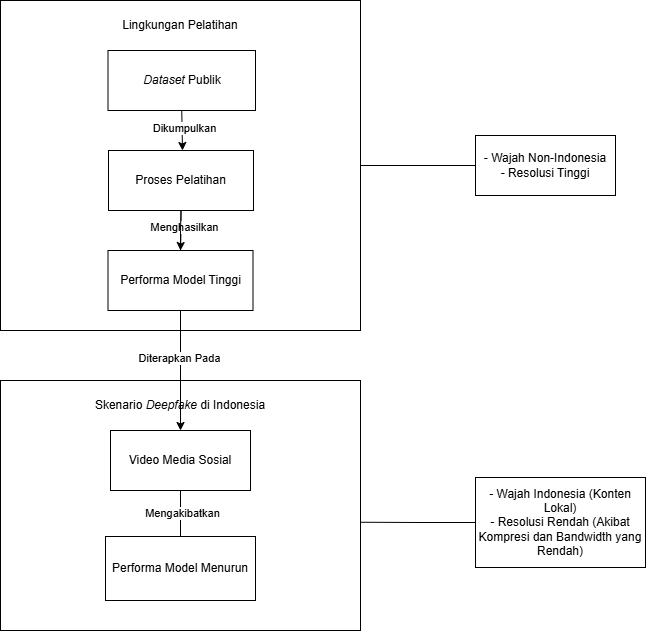
This is image/GambarIII.png from Harryts1/Tugas-Akhir, a draw.io export, as it was before one commit. Source tidied: cells renumbered, new cells last; positions are measured from the earlier drawing's top-left corner, leaving out a move shared by most shapes. The source it was exported from:
```xml
<mxGraphModel>
  <root>
    <mxCell id="0" />
    <mxCell id="1" parent="0" />
    <mxCell id="2" style="rounded=0;whiteSpace=wrap;html=1;" parent="1" vertex="1">
      <mxGeometry width="360" height="330" as="geometry" />
    </mxCell>
    <mxCell id="3" value="Lingkungan Pelatihan" style="text;html=1;align=center;verticalAlign=middle;whiteSpace=wrap;rounded=0;" parent="1" vertex="1">
      <mxGeometry x="115" y="10" width="130" height="30" as="geometry" />
    </mxCell>
    <mxCell id="4" value="&lt;i&gt;Dataset &lt;/i&gt;Publik" style="rounded=0;whiteSpace=wrap;html=1;" parent="1" vertex="1">
      <mxGeometry x="107.5" y="50" width="147.5" height="60" as="geometry" />
    </mxCell>
    <mxCell id="5" value="- Wajah Non-Indonesia&lt;div&gt;- Resolusi Tinggi&lt;/div&gt;" style="rounded=0;whiteSpace=wrap;html=1;" parent="1" vertex="1">
      <mxGeometry x="475" y="135" width="140" height="60" as="geometry" />
    </mxCell>
    <mxCell id="6" style="endArrow=none;html=1;rounded=0;entryX=1;entryY=0.5;entryDx=0;entryDy=0;exitX=0;exitY=0.5;exitDx=0;exitDy=0;edgeStyle=orthogonalEdgeStyle;" parent="1" edge="1" source="5" target="2">
      <mxGeometry relative="1" as="geometry" />
    </mxCell>
    <mxCell id="7" style="edgeStyle=orthogonalEdgeStyle;rounded=0;jettySize=auto;html=1;" parent="1" edge="1" source="9" target="10">
      <mxGeometry relative="1" as="geometry" />
    </mxCell>
    <mxCell id="8" value="Menghasilkan" style="edgeLabel;html=1;align=center;verticalAlign=middle;" parent="7" vertex="1">
      <mxGeometry x="-0.19" y="3" relative="1" as="geometry" />
    </mxCell>
    <mxCell id="9" value="Proses Pelatihan" style="rounded=0;whiteSpace=wrap;html=1;" parent="1" vertex="1">
      <mxGeometry x="108" y="150" width="145" height="60" as="geometry" />
    </mxCell>
    <mxCell id="10" value="Performa Model Tinggi" style="rounded=0;whiteSpace=wrap;html=1;" parent="1" vertex="1">
      <mxGeometry x="107.5" y="250" width="145" height="60" as="geometry" />
    </mxCell>
    <mxCell id="11" style="endArrow=none;html=1;rounded=0;exitX=0.5;exitY=0;exitDx=0;exitDy=0;edgeStyle=orthogonalEdgeStyle;" parent="1" edge="1" source="10" target="9">
      <mxGeometry relative="1" as="geometry" />
    </mxCell>
    <mxCell id="12" style="rounded=0;whiteSpace=wrap;html=1;" parent="1" vertex="1">
      <mxGeometry y="380" width="360" height="250" as="geometry" />
    </mxCell>
    <mxCell id="13" value="Skenario &lt;i&gt;Deepfake &lt;/i&gt;di Indonesia" style="text;html=1;align=center;verticalAlign=middle;whiteSpace=wrap;rounded=0;" parent="1" vertex="1">
      <mxGeometry x="85" y="390" width="190" height="30" as="geometry" />
    </mxCell>
    <mxCell id="14" value="Video Media Sosial" style="rounded=0;whiteSpace=wrap;html=1;" parent="1" vertex="1">
      <mxGeometry x="110" y="430" width="140" height="60" as="geometry" />
    </mxCell>
    <mxCell id="15" value="- Wajah Indonesia (Konten Lokal)&lt;div&gt;- Resolusi Rendah (Akibat Kompresi dan Bandwidth yang Rendah)&lt;/div&gt;" style="rounded=0;whiteSpace=wrap;html=1;" parent="1" vertex="1">
      <mxGeometry x="475" y="477" width="170" height="90" as="geometry" />
    </mxCell>
    <mxCell id="16" style="endArrow=none;html=1;rounded=0;entryX=1.001;entryY=0.567;entryDx=0;entryDy=0;exitX=0;exitY=0.5;exitDx=0;exitDy=0;edgeStyle=orthogonalEdgeStyle;entryPerimeter=0;" parent="1" edge="1" source="15" target="12">
      <mxGeometry relative="1" as="geometry" />
    </mxCell>
    <mxCell id="17" value="Performa Model Menurun" style="rounded=0;whiteSpace=wrap;html=1;" parent="1" vertex="1">
      <mxGeometry x="105" y="536" width="150" height="64" as="geometry" />
    </mxCell>
    <mxCell id="18" style="endArrow=none;html=1;rounded=0;entryX=0.5;entryY=1;entryDx=0;entryDy=0;exitX=0.5;exitY=0;exitDx=0;exitDy=0;edgeStyle=orthogonalEdgeStyle;" parent="1" edge="1" source="17" target="14">
      <mxGeometry relative="1" as="geometry" />
    </mxCell>
    <mxCell id="19" value="Mengakibatkan" style="edgeLabel;html=1;align=center;verticalAlign=middle;" parent="18" vertex="1">
      <mxGeometry x="0.01" y="-2" relative="1" as="geometry" />
    </mxCell>
    <mxCell id="20" style="endArrow=classic;html=1;rounded=0;exitX=0.5;exitY=1;exitDx=0;exitDy=0;" parent="1" edge="1" source="4">
      <mxGeometry relative="1" as="geometry">
        <mxPoint x="182" y="150" as="targetPoint" />
      </mxGeometry>
    </mxCell>
    <mxCell id="21" value="Dikumpulkan" style="edgeLabel;html=1;align=center;verticalAlign=middle;" parent="20" vertex="1">
      <mxGeometry x="-0.11" y="2" relative="1" as="geometry" />
    </mxCell>
    <mxCell id="22" style="endArrow=classic;html=1;rounded=0;exitX=0.5;exitY=1;exitDx=0;exitDy=0;entryX=0.5;entryY=0;entryDx=0;entryDy=0;" parent="1" edge="1" source="10" target="14">
      <mxGeometry relative="1" as="geometry" />
    </mxCell>
    <mxCell id="23" value="Diterapkan Pada" style="edgeLabel;html=1;align=center;verticalAlign=middle;" parent="22" vertex="1">
      <mxGeometry x="-0.21" y="-1" relative="1" as="geometry" />
    </mxCell>
  </root>
</mxGraphModel>
```
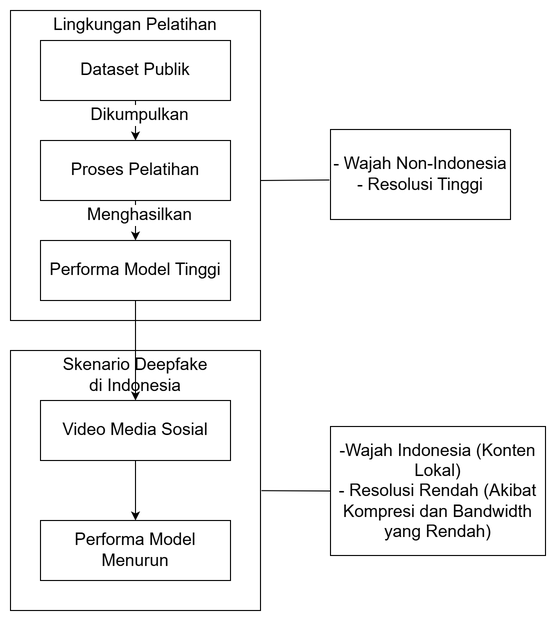
After the change.

Diff of the diagram source:
```diff
@@ -2,73 +2,64 @@
   <root>
     <mxCell id="0" />
     <mxCell id="1" parent="0" />
-    <mxCell id="2" style="rounded=0;whiteSpace=wrap;html=1;" parent="1" vertex="1">
-      <mxGeometry width="360" height="330" as="geometry" />
-    </mxCell>
+    <mxCell id="24" style="rounded=0;whiteSpace=wrap;html=1;fontSize=17;" parent="1" vertex="1">
+      <mxGeometry x="75" y="-40" width="250" height="310" as="geometry" />
+    </mxCell>
-    <mxCell id="3" value="Lingkungan Pelatihan" style="text;html=1;align=center;verticalAlign=middle;whiteSpace=wrap;rounded=0;" parent="1" vertex="1">
-      <mxGeometry x="115" y="10" width="130" height="30" as="geometry" />
+    <mxCell id="3" value="Lingkungan Pelatihan" style="text;html=1;whiteSpace=wrap;strokeColor=none;fillColor=none;align=center;verticalAlign=middle;rounded=0;fontSize=17;" parent="1" vertex="1">
+      <mxGeometry x="115" y="-40" width="170" height="30" as="geometry" />
     </mxCell>
+    <mxCell id="25" style="edgeStyle=orthogonalEdgeStyle;rounded=0;jettySize=auto;html=1;entryX=0.5;entryY=0;entryDx=0;entryDy=0;fontSize=17;" parent="1" edge="1" source="4" target="9">
+      <mxGeometry relative="1" as="geometry" />
+    </mxCell>
+    <mxCell id="21" value="Dikumpulkan" style="edgeLabel;html=1;align=center;verticalAlign=middle;fontSize=17;" parent="25" vertex="1">
+      <mxGeometry x="-0.3" y="3" relative="1" as="geometry" />
+    </mxCell>
-    <mxCell id="4" value="&lt;i&gt;Dataset &lt;/i&gt;Publik" style="rounded=0;whiteSpace=wrap;html=1;" parent="1" vertex="1">
-      <mxGeometry x="107.5" y="50" width="147.5" height="60" as="geometry" />
+    <mxCell id="4" value="Dataset Publik" style="rounded=0;whiteSpace=wrap;html=1;fontSize=17;" parent="1" vertex="1">
+      <mxGeometry x="105" y="-10" width="190" height="60" as="geometry" />
     </mxCell>
-    <mxCell id="5" value="- Wajah Non-Indonesia&lt;div&gt;- Resolusi Tinggi&lt;/div&gt;" style="rounded=0;whiteSpace=wrap;html=1;" parent="1" vertex="1">
-      <mxGeometry x="475" y="135" width="140" height="60" as="geometry" />
-    </mxCell>
-    <mxCell id="6" style="endArrow=none;html=1;rounded=0;entryX=1;entryY=0.5;entryDx=0;entryDy=0;exitX=0;exitY=0.5;exitDx=0;exitDy=0;edgeStyle=orthogonalEdgeStyle;" parent="1" edge="1" source="5" target="2">
-      <mxGeometry relative="1" as="geometry" />
-    </mxCell>
+    <mxCell id="9" value="Proses Pelatihan" style="rounded=0;whiteSpace=wrap;html=1;fontSize=17;" parent="1" vertex="1">
+      <mxGeometry x="105" y="90" width="190" height="60" as="geometry" />
+    </mxCell>
-    <mxCell id="7" style="edgeStyle=orthogonalEdgeStyle;rounded=0;jettySize=auto;html=1;" parent="1" edge="1" source="9" target="10">
+    <mxCell id="7" style="edgeStyle=orthogonalEdgeStyle;rounded=0;jettySize=auto;html=1;entryX=0.5;entryY=0;entryDx=0;entryDy=0;exitX=0.5;exitY=1;exitDx=0;exitDy=0;fontSize=17;" parent="1" edge="1" source="9" target="10">
       <mxGeometry relative="1" as="geometry" />
     </mxCell>
-    <mxCell id="8" value="Menghasilkan" style="edgeLabel;html=1;align=center;verticalAlign=middle;" parent="7" vertex="1">
-      <mxGeometry x="-0.19" y="3" relative="1" as="geometry" />
+    <mxCell id="8" value="Menghasilkan" style="edgeLabel;html=1;align=center;verticalAlign=middle;fontSize=17;" parent="7" vertex="1">
+      <mxGeometry x="-0.3" y="3" relative="1" as="geometry" />
     </mxCell>
-    <mxCell id="9" value="Proses Pelatihan" style="rounded=0;whiteSpace=wrap;html=1;" parent="1" vertex="1">
-      <mxGeometry x="108" y="150" width="145" height="60" as="geometry" />
-    </mxCell>
-    <mxCell id="10" value="Performa Model Tinggi" style="rounded=0;whiteSpace=wrap;html=1;" parent="1" vertex="1">
-      <mxGeometry x="107.5" y="250" width="145" height="60" as="geometry" />
+    <mxCell id="10" value="Performa Model Tinggi" style="rounded=0;whiteSpace=wrap;html=1;fontSize=17;" parent="1" vertex="1">
+      <mxGeometry x="105" y="190" width="190" height="60" as="geometry" />
     </mxCell>
-    <mxCell id="11" style="endArrow=none;html=1;rounded=0;exitX=0.5;exitY=0;exitDx=0;exitDy=0;edgeStyle=orthogonalEdgeStyle;" parent="1" edge="1" source="10" target="9">
-      <mxGeometry relative="1" as="geometry" />
-    </mxCell>
-    <mxCell id="12" style="rounded=0;whiteSpace=wrap;html=1;" parent="1" vertex="1">
-      <mxGeometry y="380" width="360" height="250" as="geometry" />
-    </mxCell>
+    <mxCell id="26" style="rounded=0;whiteSpace=wrap;html=1;fontSize=17;" parent="1" vertex="1">
+      <mxGeometry x="75" y="300" width="250" height="260" as="geometry" />
+    </mxCell>
-    <mxCell id="13" value="Skenario &lt;i&gt;Deepfake &lt;/i&gt;di Indonesia" style="text;html=1;align=center;verticalAlign=middle;whiteSpace=wrap;rounded=0;" parent="1" vertex="1">
-      <mxGeometry x="85" y="390" width="190" height="30" as="geometry" />
+    <mxCell id="13" value="Skenario Deepfake di Indonesia" style="text;html=1;whiteSpace=wrap;strokeColor=none;fillColor=none;align=center;verticalAlign=middle;rounded=0;fontSize=17;" parent="1" vertex="1">
+      <mxGeometry x="125" y="310" width="150" height="30" as="geometry" />
     </mxCell>
+    <mxCell id="27" style="edgeStyle=orthogonalEdgeStyle;rounded=0;jettySize=auto;html=1;" parent="1" edge="1" source="14" target="17">
+      <mxGeometry relative="1" as="geometry" />
+    </mxCell>
-    <mxCell id="14" value="Video Media Sosial" style="rounded=0;whiteSpace=wrap;html=1;" parent="1" vertex="1">
-      <mxGeometry x="110" y="430" width="140" height="60" as="geometry" />
+    <mxCell id="14" value="Video Media Sosial" style="rounded=0;whiteSpace=wrap;html=1;fontSize=17;" parent="1" vertex="1">
+      <mxGeometry x="105" y="350" width="190" height="60" as="geometry" />
     </mxCell>
-    <mxCell id="15" value="- Wajah Indonesia (Konten Lokal)&lt;div&gt;- Resolusi Rendah (Akibat Kompresi dan Bandwidth yang Rendah)&lt;/div&gt;" style="rounded=0;whiteSpace=wrap;html=1;" parent="1" vertex="1">
-      <mxGeometry x="475" y="477" width="170" height="90" as="geometry" />
-    </mxCell>
-    <mxCell id="16" style="endArrow=none;html=1;rounded=0;entryX=1.001;entryY=0.567;entryDx=0;entryDy=0;exitX=0;exitY=0.5;exitDx=0;exitDy=0;edgeStyle=orthogonalEdgeStyle;entryPerimeter=0;" parent="1" edge="1" source="15" target="12">
-      <mxGeometry relative="1" as="geometry" />
-    </mxCell>
+    <mxCell id="22" style="edgeStyle=orthogonalEdgeStyle;rounded=0;jettySize=auto;html=1;fontSize=17;" parent="1" edge="1" source="10" target="14">
+      <mxGeometry relative="1" as="geometry" />
+    </mxCell>
+    <mxCell id="5" value="- Wajah Non-Indonesia&lt;div&gt;- Resolusi Tinggi&lt;/div&gt;" style="rounded=0;whiteSpace=wrap;html=1;fontSize=17;" parent="1" vertex="1">
+      <mxGeometry x="395" y="79" width="180" height="90" as="geometry" />
+    </mxCell>
+    <mxCell id="28" style="endArrow=none;html=1;rounded=0;entryX=-0.006;entryY=0.561;entryDx=0;entryDy=0;entryPerimeter=0;fontSize=17;" parent="1" edge="1" target="5">
+      <mxGeometry relative="1" as="geometry">
+        <mxPoint x="325" y="130" as="sourcePoint" />
+      </mxGeometry>
+    </mxCell>
+    <mxCell id="29" value="-Wajah Indonesia (Konten Lokal)&lt;div&gt;- Resolusi Rendah (Akibat Kompresi dan Bandwidth yang Rendah)&lt;/div&gt;" style="rounded=0;whiteSpace=wrap;html=1;fontSize=17;" parent="1" vertex="1">
+      <mxGeometry x="395" y="376" width="215" height="129" as="geometry" />
+    </mxCell>
+    <mxCell id="30" style="endArrow=none;html=1;rounded=0;entryX=0;entryY=0.5;entryDx=0;entryDy=0;exitX=1.004;exitY=0.539;exitDx=0;exitDy=0;exitPerimeter=0;fontSize=17;" parent="1" edge="1" source="26" target="29">
+      <mxGeometry relative="1" as="geometry" />
+    </mxCell>
-    <mxCell id="17" value="Performa Model Menurun" style="rounded=0;whiteSpace=wrap;html=1;" parent="1" vertex="1">
-      <mxGeometry x="105" y="536" width="150" height="64" as="geometry" />
+    <mxCell id="17" value="Performa Model Menurun" style="rounded=0;whiteSpace=wrap;html=1;fontSize=17;" parent="1" vertex="1">
+      <mxGeometry x="105" y="470" width="190" height="60" as="geometry" />
     </mxCell>
-    <mxCell id="18" style="endArrow=none;html=1;rounded=0;entryX=0.5;entryY=1;entryDx=0;entryDy=0;exitX=0.5;exitY=0;exitDx=0;exitDy=0;edgeStyle=orthogonalEdgeStyle;" parent="1" edge="1" source="17" target="14">
-      <mxGeometry relative="1" as="geometry" />
-    </mxCell>
-    <mxCell id="19" value="Mengakibatkan" style="edgeLabel;html=1;align=center;verticalAlign=middle;" parent="18" vertex="1">
-      <mxGeometry x="0.01" y="-2" relative="1" as="geometry" />
-    </mxCell>
-    <mxCell id="20" style="endArrow=classic;html=1;rounded=0;exitX=0.5;exitY=1;exitDx=0;exitDy=0;" parent="1" edge="1" source="4">
-      <mxGeometry relative="1" as="geometry">
-        <mxPoint x="182" y="150" as="targetPoint" />
-      </mxGeometry>
-    </mxCell>
-    <mxCell id="21" value="Dikumpulkan" style="edgeLabel;html=1;align=center;verticalAlign=middle;" parent="20" vertex="1">
-      <mxGeometry x="-0.11" y="2" relative="1" as="geometry" />
-    </mxCell>
-    <mxCell id="22" style="endArrow=classic;html=1;rounded=0;exitX=0.5;exitY=1;exitDx=0;exitDy=0;entryX=0.5;entryY=0;entryDx=0;entryDy=0;" parent="1" edge="1" source="10" target="14">
-      <mxGeometry relative="1" as="geometry" />
-    </mxCell>
-    <mxCell id="23" value="Diterapkan Pada" style="edgeLabel;html=1;align=center;verticalAlign=middle;" parent="22" vertex="1">
-      <mxGeometry x="-0.21" y="-1" relative="1" as="geometry" />
-    </mxCell>
   </root>
 </mxGraphModel>
```
